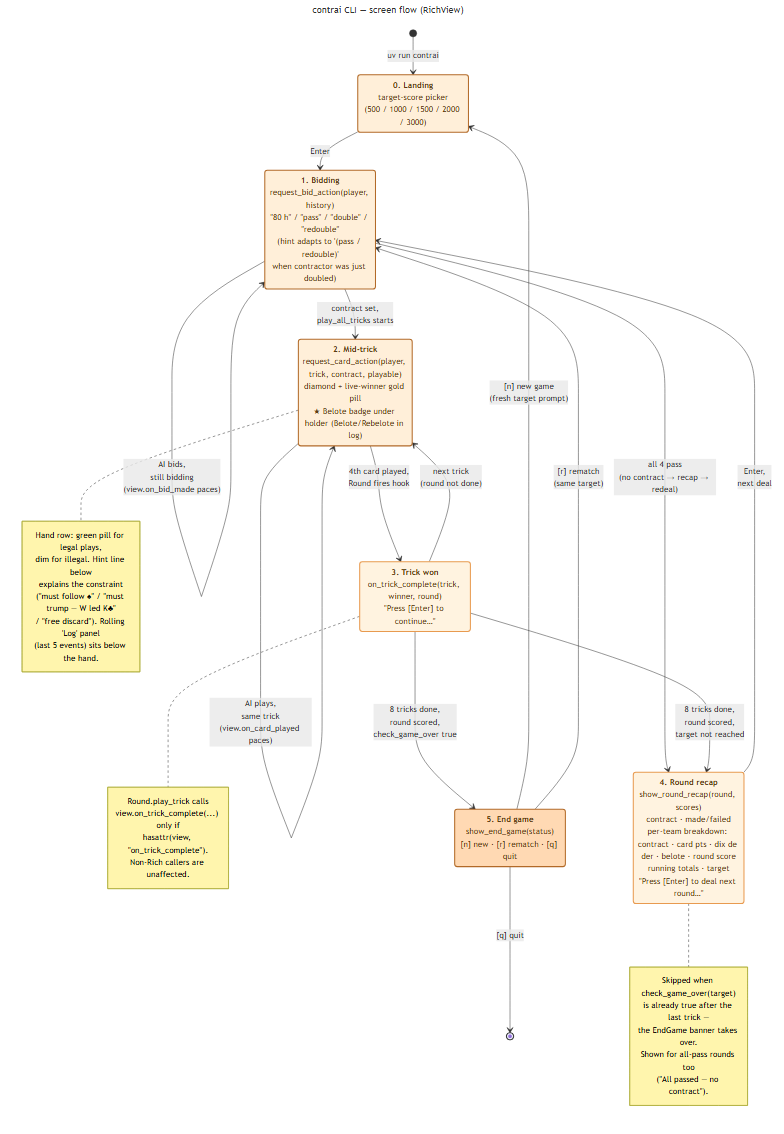
Earlier version of the Mermaid export docs/diagrams/state_cli_screens.png (valmathieu/ContrAI). Its source is kept beside it as docs/diagrams/state_cli_screens.mmd.
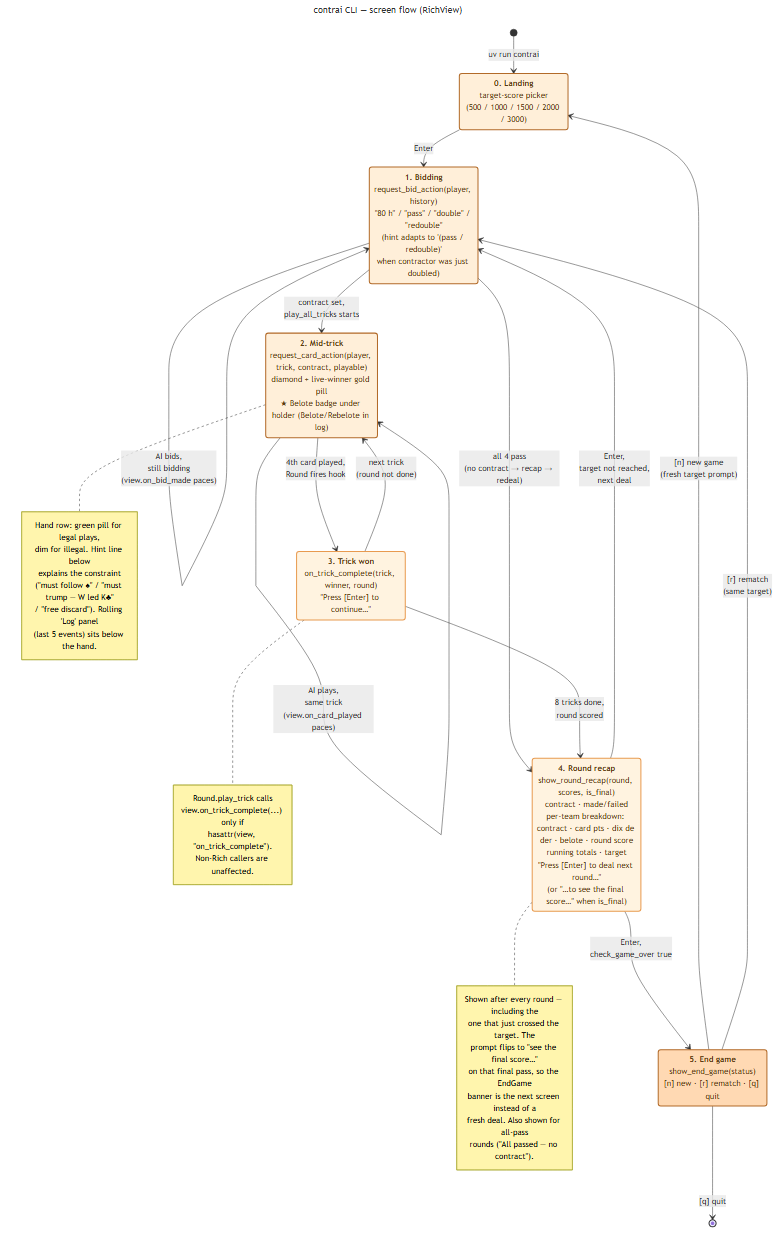
After the change.

Commit message:
feat(engine): show round recap before the game-over screen

The edit, as a diff of the source:
```diff
@@ -10,7 +10,7 @@
     Bidding : <b>1. Bidding</b><br/>request_bid_action(player, history)<br/>"80 h" / "pass" / "double" / "redouble"<br/>(hint adapts to '(pass / redouble)'<br/>when contractor was just doubled)
     MidTrick : <b>2. Mid-trick</b><br/>request_card_action(player, trick, contract, playable)<br/>diamond + live-winner gold pill<br/>★ Belote badge under holder (Belote/Rebelote in log)
     TrickWon : <b>3. Trick won</b><br/>on_trick_complete(trick, winner, round)<br/>"Press [Enter] to continue…"
-    RoundRecap : <b>4. Round recap</b><br/>show_round_recap(round, scores)<br/>contract · made/failed<br/>per-team breakdown: contract · card pts · dix de der · belote · round score<br/>running totals · target<br/>"Press [Enter] to deal next round…"
+    RoundRecap : <b>4. Round recap</b><br/>show_round_recap(round, scores, is_final)<br/>contract · made/failed<br/>per-team breakdown: contract · card pts · dix de der · belote · round score<br/>running totals · target<br/>"Press [Enter] to deal next round…"<br/>(or "…to see the final score…" when is_final)
     EndGame : <b>5. End game</b><br/>show_end_game(status)<br/>[n] new · [r] rematch · [q] quit
 
     Landing --> Bidding : Enter
@@ -20,9 +20,9 @@
     MidTrick --> MidTrick : AI plays,<br/>same trick<br/>(view.on_card_played paces)
     MidTrick --> TrickWon : 4th card played,<br/>Round fires hook
     TrickWon --> MidTrick : next trick<br/>(round not done)
-    TrickWon --> RoundRecap : 8 tricks done,<br/>round scored,<br/>target not reached
-    TrickWon --> EndGame : 8 tricks done,<br/>round scored,<br/>check_game_over true
-    RoundRecap --> Bidding : Enter,<br/>next deal
+    TrickWon --> RoundRecap : 8 tricks done,<br/>round scored
+    RoundRecap --> Bidding : Enter,<br/>target not reached,<br/>next deal
+    RoundRecap --> EndGame : Enter,<br/>check_game_over true
 
     EndGame --> Landing : [n] new game<br/>(fresh target prompt)
     EndGame --> Bidding : [r] rematch<br/>(same target)
@@ -45,11 +45,13 @@
     end note
 
     note right of RoundRecap
-        Skipped when check_game_over(target)
-        is already true after the last trick —
-        the EndGame banner takes over.
-        Shown for all-pass rounds too
-        ("All passed — no contract").
+        Shown after every round — including the
+        one that just crossed the target. The
+        prompt flips to "see the final score…"
+        on that final pass, so the EndGame
+        banner is the next screen instead of a
+        fresh deal. Also shown for all-pass
+        rounds ("All passed — no contract").
     end note
 
     classDef screen0 fill:#FFEFD9,stroke:#B26A28,stroke-width:2px,color:#5C3A14;
```
